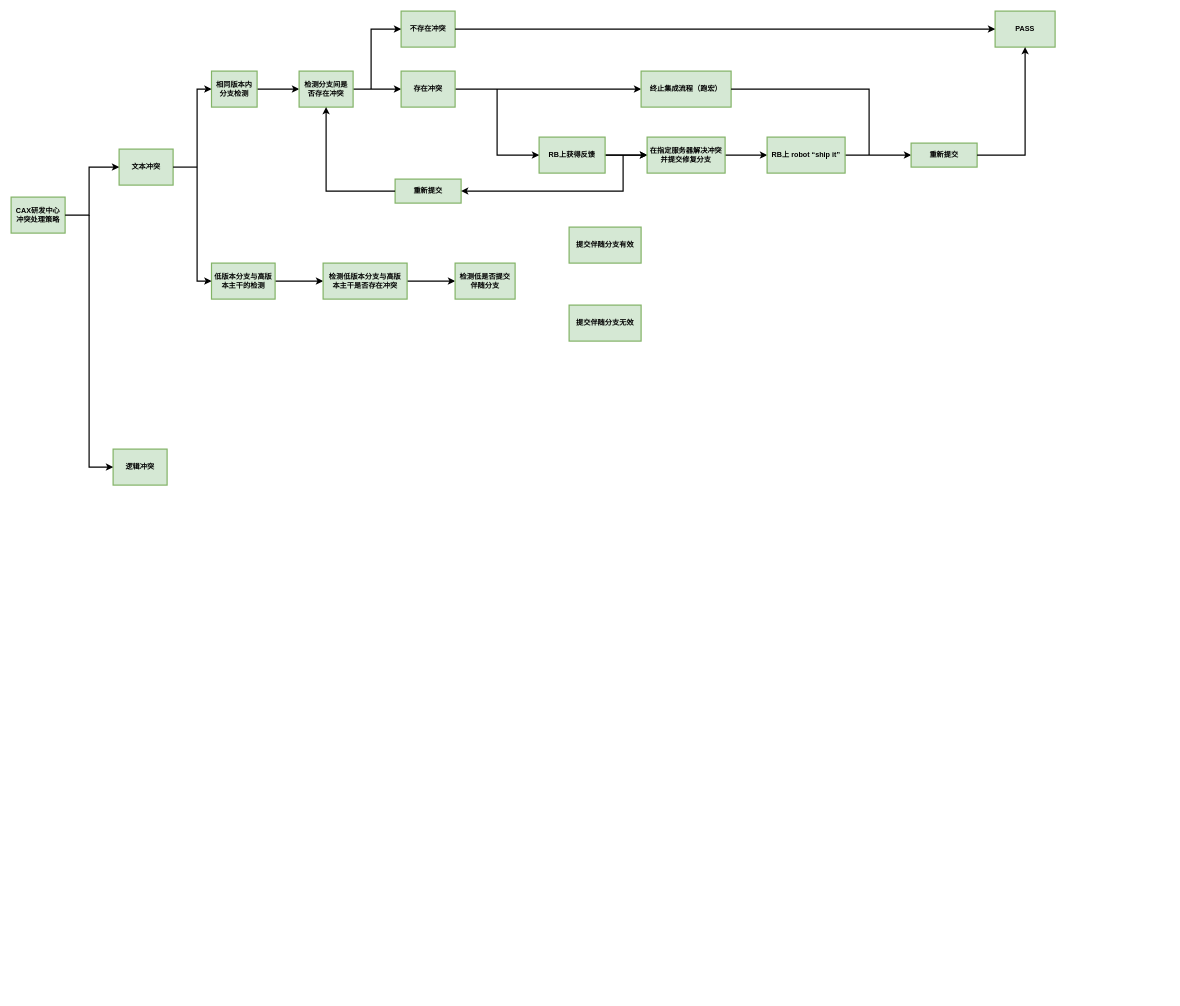
This is MCD_deploy.drawio from YingSi163/Effy, a draw.io file, before an edit. Source tidied: cells renumbered, new cells numbered last; positions are measured from the earlier drawing's top-left corner, leaving out a move shared by most shapes. Both pictures are drawn from the tidied source at 60%, with x=0, y=0 at pixel (11, 11).
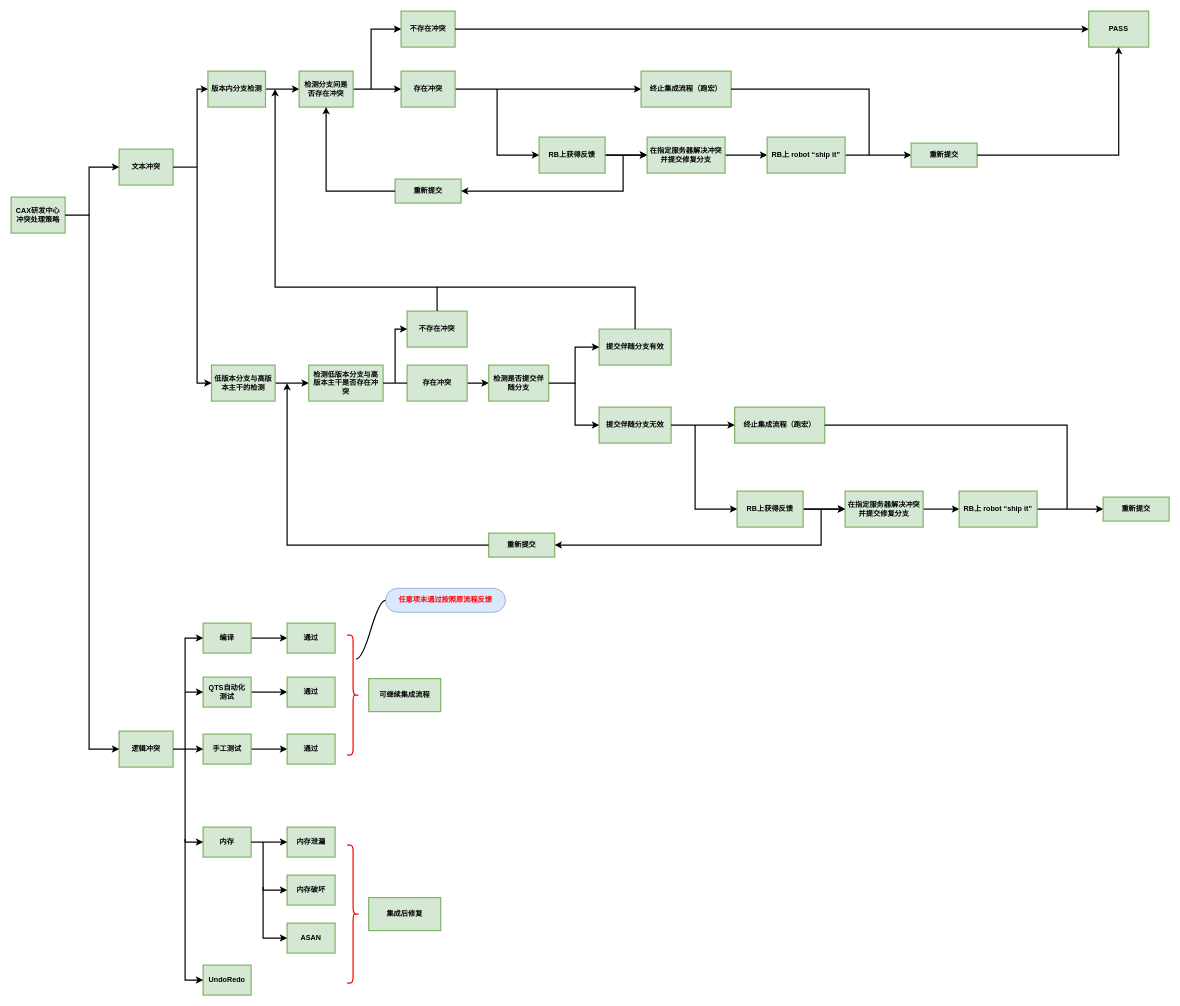
The same page after the edit.

Unchanged cells that the change refers to:
```xml
<mxCell id="26" value="重新提交" style="rounded=0;whiteSpace=wrap;html=1;fillColor=#d5e8d4;strokeColor=#82B366;strokeWidth=2;sketch=0;glass=0;shadow=0;spacing=6;fontStyle=1;" parent="1" vertex="1">
  <mxGeometry x="1500" y="220" width="110" height="40" as="geometry" />
</mxCell>
```

Diff of the diagram source:
```diff
@@
     <mxCell id="4" value="逻辑冲突" style="rounded=0;whiteSpace=wrap;html=1;fillColor=#d5e8d4;strokeColor=#82B366;strokeWidth=2;sketch=0;glass=0;shadow=0;spacing=6;fontStyle=1;" parent="1" vertex="1">
-      <mxGeometry x="170" y="730" width="90" height="60" as="geometry" />
+      <mxGeometry x="180" y="1200" width="90" height="60" as="geometry" />
     </mxCell>
@@
     <mxCell id="6" style="endArrow=classic;html=1;rounded=0;entryX=0;entryY=0.5;entryDx=0;entryDy=0;strokeWidth=2;" parent="1" edge="1" target="4">
       <mxGeometry relative="1" as="geometry">
         <mxPoint x="130" y="340" as="sourcePoint" />
         <Array as="points">
           <mxPoint x="130" y="540" />
           <mxPoint x="130" y="760" />
+          <mxPoint x="130" y="1100" />
+          <mxPoint x="130" y="1230" />
         </Array>
       </mxGeometry>
     </mxCell>
@@
-    <mxCell id="8" value="相同版本内分支检测" style="rounded=0;whiteSpace=wrap;html=1;fillColor=#d5e8d4;strokeColor=#82B366;strokeWidth=2;sketch=0;glass=0;shadow=0;spacing=6;fontStyle=1;" parent="1" vertex="1">
-      <mxGeometry x="334" y="100" width="76" height="60" as="geometry" />
+    <mxCell id="8" value="版本内分支检测" style="rounded=0;whiteSpace=wrap;html=1;fillColor=#d5e8d4;strokeColor=#82B366;strokeWidth=2;sketch=0;glass=0;shadow=0;spacing=6;fontStyle=1;" parent="1" vertex="1">
+      <mxGeometry x="328" y="100" width="96" height="60" as="geometry" />
     </mxCell>
@@
     <mxCell id="10" value="低版本分支与高版本主干的检测" style="rounded=0;whiteSpace=wrap;html=1;fillColor=#d5e8d4;strokeColor=#82B366;strokeWidth=2;sketch=0;glass=0;shadow=0;spacing=6;fontStyle=1;" parent="1" vertex="1">
-      <mxGeometry x="334" y="420" width="106" height="60" as="geometry" />
+      <mxGeometry x="334" y="590" width="106" height="60" as="geometry" />
     </mxCell>
@@
     <mxCell id="29" value="PASS" style="rounded=0;whiteSpace=wrap;html=1;fillColor=#d5e8d4;strokeColor=#82B366;strokeWidth=2;sketch=0;glass=0;shadow=0;spacing=6;fontStyle=1;" parent="1" vertex="1">
-      <mxGeometry x="1640" width="100" height="60" as="geometry" />
+      <mxGeometry x="1796" width="100" height="60" as="geometry" />
     </mxCell>
@@
     <mxCell id="34" style="endArrow=classic;html=1;rounded=0;strokeWidth=2;exitX=1;exitY=0.5;exitDx=0;exitDy=0;entryX=0.5;entryY=1;entryDx=0;entryDy=0;" parent="1" edge="1" source="26" target="29">
       <mxGeometry relative="1" as="geometry">
         <Array as="points">
-          <mxPoint x="1690" y="240" />
+          <mxPoint x="1846" y="240" />
         </Array>
       </mxGeometry>
     </mxCell>
@@
     <mxCell id="36" style="endArrow=classic;html=1;rounded=0;strokeWidth=2;entryX=0;entryY=0.5;entryDx=0;entryDy=0;" parent="1" edge="1" target="10">
       <mxGeometry relative="1" as="geometry">
         <mxPoint x="310" y="260" as="sourcePoint" />
         <Array as="points">
           <mxPoint x="310" y="450" />
+          <mxPoint x="310" y="620" />
         </Array>
       </mxGeometry>
     </mxCell>
-    <mxCell id="37" style="edgeStyle=orthogonalEdgeStyle;rounded=0;jettySize=auto;html=1;strokeWidth=2;" parent="1" edge="1" source="38" target="39">
+    <mxCell id="37" style="edgeStyle=orthogonalEdgeStyle;rounded=0;jettySize=auto;html=1;strokeWidth=2;startArrow=none;" parent="1" edge="1" source="89" target="39">
       <mxGeometry relative="1" as="geometry" />
     </mxCell>
     <mxCell id="38" value="检测低版本分支与高版本主干是否存在冲突" style="rounded=0;whiteSpace=wrap;html=1;fillColor=#d5e8d4;strokeColor=#82B366;strokeWidth=2;sketch=0;glass=0;shadow=0;spacing=7;fontStyle=1;" parent="1" vertex="1">
-      <mxGeometry x="520" y="420" width="140" height="60" as="geometry" />
+      <mxGeometry x="496" y="590" width="124" height="60" as="geometry" />
     </mxCell>
-    <mxCell id="39" value="检测低是否提交伴随分支" style="rounded=0;whiteSpace=wrap;html=1;fillColor=#d5e8d4;strokeColor=#82B366;strokeWidth=2;sketch=0;glass=0;shadow=0;spacing=7;fontStyle=1;" parent="1" vertex="1">
-      <mxGeometry x="740" y="420" width="100" height="60" as="geometry" />
+    <mxCell id="39" value="检测是否提交伴随分支" style="rounded=0;whiteSpace=wrap;html=1;fillColor=#d5e8d4;strokeColor=#82B366;strokeWidth=2;sketch=0;glass=0;shadow=0;spacing=7;fontStyle=1;" parent="1" vertex="1">
+      <mxGeometry x="796" y="590" width="100" height="60" as="geometry" />
     </mxCell>
     <mxCell id="40" value="提交伴随分支有效" style="rounded=0;whiteSpace=wrap;html=1;fillColor=#d5e8d4;strokeColor=#82B366;strokeWidth=2;sketch=0;glass=0;shadow=0;spacing=7;fontStyle=1;" parent="1" vertex="1">
-      <mxGeometry x="930" y="360" width="120" height="60" as="geometry" />
+      <mxGeometry x="980" y="530" width="120" height="60" as="geometry" />
     </mxCell>
     <mxCell id="41" value="提交伴随分支无效" style="rounded=0;whiteSpace=wrap;html=1;fillColor=#d5e8d4;strokeColor=#82B366;strokeWidth=2;sketch=0;glass=0;shadow=0;spacing=7;fontStyle=1;" parent="1" vertex="1">
-      <mxGeometry x="930" y="490" width="120" height="60" as="geometry" />
+      <mxGeometry x="980" y="660" width="120" height="60" as="geometry" />
     </mxCell>
+    <mxCell id="42" style="endArrow=classic;html=1;rounded=0;strokeWidth=2;exitX=1;exitY=0.5;exitDx=0;exitDy=0;entryX=0;entryY=0.5;entryDx=0;entryDy=0;" parent="1" edge="1" source="39" target="40">
+      <mxGeometry relative="1" as="geometry">
+        <Array as="points">
+          <mxPoint x="940" y="620" />
+          <mxPoint x="940" y="560" />
+        </Array>
+      </mxGeometry>
+    </mxCell>
+    <mxCell id="43" style="endArrow=classic;html=1;rounded=0;strokeWidth=2;entryX=0;entryY=0.5;entryDx=0;entryDy=0;" parent="1" edge="1" target="41">
+      <mxGeometry relative="1" as="geometry">
+        <mxPoint x="940" y="620" as="sourcePoint" />
+        <Array as="points">
+          <mxPoint x="940" y="690" />
+        </Array>
+      </mxGeometry>
+    </mxCell>
+    <mxCell id="44" style="endArrow=classic;html=1;rounded=0;strokeWidth=2;exitX=0.5;exitY=0;exitDx=0;exitDy=0;" parent="1" edge="1" source="40">
+      <mxGeometry relative="1" as="geometry">
+        <mxPoint x="440" y="130" as="targetPoint" />
+        <Array as="points">
+          <mxPoint x="1040" y="460" />
+          <mxPoint x="440" y="460" />
+          <mxPoint x="440" y="340" />
+        </Array>
+      </mxGeometry>
+    </mxCell>
+    <mxCell id="45" value="终止集成流程（跑宏）" style="rounded=0;whiteSpace=wrap;html=1;fillColor=#d5e8d4;strokeColor=#82B366;strokeWidth=2;sketch=0;glass=0;shadow=0;spacing=6;fontStyle=1;" parent="1" vertex="1">
+      <mxGeometry x="1206" y="660" width="150" height="60" as="geometry" />
+    </mxCell>
+    <mxCell id="46" style="edgeStyle=orthogonalEdgeStyle;rounded=0;jettySize=auto;html=1;strokeWidth=2;" parent="1" edge="1" source="48" target="50">
+      <mxGeometry relative="1" as="geometry" />
+    </mxCell>
+    <mxCell id="47" style="edgeStyle=orthogonalEdgeStyle;rounded=0;jettySize=auto;html=1;strokeWidth=2;" parent="1" edge="1" source="48" target="50">
+      <mxGeometry relative="1" as="geometry" />
+    </mxCell>
+    <mxCell id="48" value="RB上获得反馈" style="rounded=0;whiteSpace=wrap;html=1;fillColor=#d5e8d4;strokeColor=#82B366;strokeWidth=2;sketch=0;glass=0;shadow=0;spacing=6;fontStyle=1;" parent="1" vertex="1">
+      <mxGeometry x="1210" y="800" width="110" height="60" as="geometry" />
+    </mxCell>
+    <mxCell id="49" style="edgeStyle=orthogonalEdgeStyle;rounded=0;jettySize=auto;html=1;strokeWidth=2;" parent="1" edge="1" source="50" target="52">
+      <mxGeometry relative="1" as="geometry" />
+    </mxCell>
+    <mxCell id="50" value="在指定服务器解决冲突并提交修复分支" style="rounded=0;whiteSpace=wrap;html=1;fillColor=#d5e8d4;strokeColor=#82B366;strokeWidth=2;sketch=0;glass=0;shadow=0;spacing=6;fontStyle=1;" parent="1" vertex="1">
+      <mxGeometry x="1390" y="800" width="130" height="60" as="geometry" />
+    </mxCell>
+    <mxCell id="51" style="edgeStyle=orthogonalEdgeStyle;rounded=0;jettySize=auto;html=1;strokeWidth=2;" parent="1" edge="1" source="52" target="53">
+      <mxGeometry relative="1" as="geometry" />
+    </mxCell>
+    <mxCell id="52" value="RB上 robot “ship it”" style="rounded=0;whiteSpace=wrap;html=1;fillColor=#d5e8d4;strokeColor=#82B366;strokeWidth=2;sketch=0;glass=0;shadow=0;spacing=6;fontStyle=1;" parent="1" vertex="1">
+      <mxGeometry x="1580" y="800" width="130" height="60" as="geometry" />
+    </mxCell>
+    <mxCell id="53" value="重新提交" style="rounded=0;whiteSpace=wrap;html=1;fillColor=#d5e8d4;strokeColor=#82B366;strokeWidth=2;sketch=0;glass=0;shadow=0;spacing=6;fontStyle=1;" parent="1" vertex="1">
+      <mxGeometry x="1820" y="810" width="110" height="40" as="geometry" />
+    </mxCell>
+    <mxCell id="54" style="endArrow=classic;html=1;rounded=0;strokeWidth=2;entryX=0;entryY=0.5;entryDx=0;entryDy=0;" parent="1" edge="1" target="48">
+      <mxGeometry relative="1" as="geometry">
+        <mxPoint x="1140" y="690" as="sourcePoint" />
+        <Array as="points">
+          <mxPoint x="1140" y="830" />
+        </Array>
+      </mxGeometry>
+    </mxCell>
+    <mxCell id="55" style="endArrow=none;html=1;rounded=0;strokeWidth=2;exitX=1;exitY=0.5;exitDx=0;exitDy=0;" parent="1" edge="1" source="45">
+      <mxGeometry relative="1" as="geometry">
+        <mxPoint x="1760" y="830" as="targetPoint" />
+        <Array as="points">
+          <mxPoint x="1760" y="690" />
+        </Array>
+      </mxGeometry>
+    </mxCell>
+    <mxCell id="56" value="重新提交" style="rounded=0;whiteSpace=wrap;html=1;fillColor=#d5e8d4;strokeColor=#82B366;strokeWidth=2;sketch=0;glass=0;shadow=0;spacing=6;fontStyle=1;" parent="1" vertex="1">
+      <mxGeometry x="796" y="870" width="110" height="40" as="geometry" />
+    </mxCell>
+    <mxCell id="57" style="endArrow=classic;html=1;rounded=0;strokeWidth=2;entryX=1;entryY=0.5;entryDx=0;entryDy=0;" parent="1" edge="1" target="56">
+      <mxGeometry relative="1" as="geometry">
+        <mxPoint x="1350" y="830" as="sourcePoint" />
+        <Array as="points">
+          <mxPoint x="1350" y="890" />
+        </Array>
+      </mxGeometry>
+    </mxCell>
+    <mxCell id="58" style="endArrow=classic;html=1;rounded=0;strokeWidth=2;exitX=1;exitY=0.5;exitDx=0;exitDy=0;entryX=0;entryY=0.5;entryDx=0;entryDy=0;" parent="1" edge="1" source="41" target="45">
+      <mxGeometry relative="1" as="geometry" />
+    </mxCell>
+    <mxCell id="59" style="endArrow=classic;html=1;rounded=0;strokeWidth=2;exitX=0;exitY=0.5;exitDx=0;exitDy=0;" parent="1" edge="1" source="56">
+      <mxGeometry relative="1" as="geometry">
+        <mxPoint x="460" y="620" as="targetPoint" />
+        <Array as="points">
+          <mxPoint x="460" y="890" />
+        </Array>
+      </mxGeometry>
+    </mxCell>
+    <mxCell id="60" style="edgeStyle=orthogonalEdgeStyle;rounded=0;jettySize=auto;html=1;strokeWidth=2;" parent="1" edge="1" source="61" target="66">
+      <mxGeometry relative="1" as="geometry" />
+    </mxCell>
+    <mxCell id="61" value="编译" style="rounded=0;whiteSpace=wrap;html=1;fillColor=#d5e8d4;strokeColor=#82B366;strokeWidth=2;sketch=0;glass=0;shadow=0;spacing=6;fontStyle=1;" parent="1" vertex="1">
+      <mxGeometry x="320" y="1020" width="80" height="50" as="geometry" />
+    </mxCell>
+    <mxCell id="62" style="edgeStyle=orthogonalEdgeStyle;rounded=0;jettySize=auto;html=1;strokeWidth=2;" parent="1" edge="1" source="63" target="67">
+      <mxGeometry relative="1" as="geometry" />
+    </mxCell>
+    <mxCell id="63" value="QTS自动化测试" style="rounded=0;whiteSpace=wrap;html=1;fillColor=#d5e8d4;strokeColor=#82B366;strokeWidth=2;sketch=0;glass=0;shadow=0;spacing=6;fontStyle=1;" parent="1" vertex="1">
+      <mxGeometry x="320" y="1110" width="80" height="50" as="geometry" />
+    </mxCell>
+    <mxCell id="64" style="edgeStyle=orthogonalEdgeStyle;rounded=0;jettySize=auto;html=1;strokeWidth=2;" parent="1" edge="1" source="65" target="68">
+      <mxGeometry relative="1" as="geometry" />
+    </mxCell>
+    <mxCell id="65" value="手工测试" style="rounded=0;whiteSpace=wrap;html=1;fillColor=#d5e8d4;strokeColor=#82B366;strokeWidth=2;sketch=0;glass=0;shadow=0;spacing=6;fontStyle=1;" parent="1" vertex="1">
+      <mxGeometry x="320" y="1205" width="80" height="50" as="geometry" />
+    </mxCell>
+    <mxCell id="66" value="通过" style="rounded=0;whiteSpace=wrap;html=1;fillColor=#d5e8d4;strokeColor=#82B366;strokeWidth=2;sketch=0;glass=0;shadow=0;spacing=6;fontStyle=1;" parent="1" vertex="1">
+      <mxGeometry x="460" y="1020" width="80" height="50" as="geometry" />
+    </mxCell>
+    <mxCell id="67" value="通过" style="rounded=0;whiteSpace=wrap;html=1;fillColor=#d5e8d4;strokeColor=#82B366;strokeWidth=2;sketch=0;glass=0;shadow=0;spacing=6;fontStyle=1;" parent="1" vertex="1">
+      <mxGeometry x="460" y="1110" width="80" height="50" as="geometry" />
+    </mxCell>
+    <mxCell id="68" value="通过" style="rounded=0;whiteSpace=wrap;html=1;fillColor=#d5e8d4;strokeColor=#82B366;strokeWidth=2;sketch=0;glass=0;shadow=0;spacing=6;fontStyle=1;" parent="1" vertex="1">
+      <mxGeometry x="460" y="1205" width="80" height="50" as="geometry" />
+    </mxCell>
+    <mxCell id="69" value="内存" style="rounded=0;whiteSpace=wrap;html=1;fillColor=#d5e8d4;strokeColor=#82B366;strokeWidth=2;sketch=0;glass=0;shadow=0;spacing=6;fontStyle=1;" parent="1" vertex="1">
+      <mxGeometry x="320" y="1360" width="80" height="50" as="geometry" />
+    </mxCell>
+    <mxCell id="70" value="UndoRedo" style="rounded=0;whiteSpace=wrap;html=1;fillColor=#d5e8d4;strokeColor=#82B366;strokeWidth=2;sketch=0;glass=0;shadow=0;spacing=6;fontStyle=1;" parent="1" vertex="1">
+      <mxGeometry x="320" y="1590" width="80" height="50" as="geometry" />
+    </mxCell>
+    <mxCell id="71" value="内存泄漏" style="rounded=0;whiteSpace=wrap;html=1;fillColor=#d5e8d4;strokeColor=#82B366;strokeWidth=2;sketch=0;glass=0;shadow=0;spacing=6;fontStyle=1;" parent="1" vertex="1">
+      <mxGeometry x="460" y="1360" width="80" height="50" as="geometry" />
+    </mxCell>
+    <mxCell id="72" value="内存破坏" style="rounded=0;whiteSpace=wrap;html=1;fillColor=#d5e8d4;strokeColor=#82B366;strokeWidth=2;sketch=0;glass=0;shadow=0;spacing=6;fontStyle=1;" parent="1" vertex="1">
+      <mxGeometry x="460" y="1440" width="80" height="50" as="geometry" />
+    </mxCell>
+    <mxCell id="73" value="ASAN" style="rounded=0;whiteSpace=wrap;html=1;fillColor=#d5e8d4;strokeColor=#82B366;strokeWidth=2;sketch=0;glass=0;shadow=0;spacing=6;fontStyle=1;" parent="1" vertex="1">
+      <mxGeometry x="460" y="1520" width="80" height="50" as="geometry" />
+    </mxCell>
+    <mxCell id="74" style="endArrow=classic;html=1;rounded=0;strokeWidth=2;entryX=0;entryY=0.5;entryDx=0;entryDy=0;" parent="1" edge="1" target="72">
+      <mxGeometry relative="1" as="geometry">
+        <mxPoint x="420" y="1385" as="sourcePoint" />
+        <Array as="points">
+          <mxPoint x="420" y="1465" />
+        </Array>
+      </mxGeometry>
+    </mxCell>
+    <mxCell id="75" style="endArrow=classic;html=1;rounded=0;strokeWidth=2;entryX=0;entryY=0.5;entryDx=0;entryDy=0;" parent="1" edge="1" target="73">
+      <mxGeometry relative="1" as="geometry">
+        <mxPoint x="420" y="1460" as="sourcePoint" />
+        <Array as="points">
+          <mxPoint x="420" y="1545" />
+        </Array>
+      </mxGeometry>
+    </mxCell>
+    <mxCell id="76" style="endArrow=classic;html=1;rounded=0;strokeWidth=2;entryX=0;entryY=0.5;entryDx=0;entryDy=0;" parent="1" edge="1" target="71">
+      <mxGeometry relative="1" as="geometry">
+        <mxPoint x="400" y="1385" as="sourcePoint" />
+      </mxGeometry>
+    </mxCell>
+    <mxCell id="77" style="endArrow=classic;html=1;rounded=0;strokeWidth=2;exitX=1;exitY=0.5;exitDx=0;exitDy=0;entryX=0;entryY=0.5;entryDx=0;entryDy=0;" parent="1" edge="1" source="4" target="61">
+      <mxGeometry relative="1" as="geometry">
+        <Array as="points">
+          <mxPoint x="290" y="1230" />
+          <mxPoint x="290" y="1045" />
+        </Array>
+      </mxGeometry>
+    </mxCell>
+    <mxCell id="78" style="endArrow=classic;html=1;rounded=0;strokeWidth=2;entryX=0;entryY=0.5;entryDx=0;entryDy=0;" parent="1" edge="1" target="65">
+      <mxGeometry relative="1" as="geometry">
+        <mxPoint x="290" y="1230" as="sourcePoint" />
+      </mxGeometry>
+    </mxCell>
+    <mxCell id="79" style="endArrow=classic;html=1;rounded=0;strokeWidth=2;entryX=0;entryY=0.5;entryDx=0;entryDy=0;" parent="1" edge="1" target="63">
+      <mxGeometry relative="1" as="geometry">
+        <mxPoint x="290" y="1135" as="sourcePoint" />
+      </mxGeometry>
+    </mxCell>
+    <mxCell id="80" style="endArrow=classic;html=1;rounded=0;strokeWidth=2;entryX=0;entryY=0.5;entryDx=0;entryDy=0;" parent="1" edge="1" target="69">
+      <mxGeometry relative="1" as="geometry">
+        <mxPoint x="290" y="1230" as="sourcePoint" />
+        <Array as="points">
+          <mxPoint x="290" y="1385" />
+        </Array>
+      </mxGeometry>
+    </mxCell>
+    <mxCell id="81" style="endArrow=classic;html=1;rounded=0;strokeWidth=2;entryX=0;entryY=0.5;entryDx=0;entryDy=0;" parent="1" edge="1" target="70">
+      <mxGeometry relative="1" as="geometry">
+        <mxPoint x="290" y="1380" as="sourcePoint" />
+        <Array as="points">
+          <mxPoint x="290" y="1615" />
+        </Array>
+      </mxGeometry>
+    </mxCell>
+    <mxCell id="82" style="shape=curlyBracket;whiteSpace=wrap;html=1;rounded=1;flipH=1;shadow=0;glass=0;sketch=0;strokeColor=#FF0000;strokeWidth=2;fillColor=#FF0000;fontColor=#ffffff;size=0.5;" parent="1" vertex="1">
+      <mxGeometry x="560" y="1040" width="20" height="200" as="geometry" />
+    </mxCell>
+    <mxCell id="83" value="可继续集成流程" style="rounded=0;whiteSpace=wrap;html=1;fillColor=#d5e8d4;strokeColor=#82B366;strokeWidth=2;sketch=0;glass=0;shadow=0;spacing=6;fontStyle=1;" parent="1" vertex="1">
+      <mxGeometry x="596" y="1112.5" width="120" height="55" as="geometry" />
+    </mxCell>
+    <mxCell id="84" value="&lt;b&gt;&lt;font color=&quot;#ff0000&quot;&gt;任意项未通过按照原流程反馈&lt;/font&gt;&lt;/b&gt;" style="whiteSpace=wrap;html=1;rounded=1;arcSize=50;align=center;verticalAlign=middle;strokeWidth=1;spacing=8;newEdgeStyle={&quot;edgeStyle&quot;:&quot;entityRelationEdgeStyle&quot;,&quot;startArrow&quot;:&quot;none&quot;,&quot;endArrow&quot;:&quot;none&quot;,&quot;segment&quot;:10,&quot;curved&quot;:1};shadow=0;glass=0;sketch=0;fillColor=#dae8fc;strokeColor=#6c8ebf;" parent="1" vertex="1">
+      <mxGeometry x="624" y="962" width="200" height="40" as="geometry" />
+    </mxCell>
+    <mxCell id="85" style="edgeStyle=entityRelationEdgeStyle;startArrow=none;endArrow=none;segment=10;curved=1;rounded=0;strokeWidth=2;exitX=0.25;exitY=0.2;exitDx=0;exitDy=0;exitPerimeter=0;" parent="1" edge="1" source="82" target="84">
+      <mxGeometry relative="1" as="geometry" />
+    </mxCell>
+    <mxCell id="86" style="shape=curlyBracket;whiteSpace=wrap;html=1;rounded=1;flipH=1;shadow=0;glass=0;sketch=0;strokeColor=#FF0000;strokeWidth=2;fillColor=#FF0000;fontColor=#ffffff;size=0.5;" parent="1" vertex="1">
+      <mxGeometry x="560" y="1390" width="20" height="230" as="geometry" />
+    </mxCell>
+    <mxCell id="87" value="集成后修复" style="rounded=0;whiteSpace=wrap;html=1;fillColor=#d5e8d4;strokeColor=#82B366;strokeWidth=2;sketch=0;glass=0;shadow=0;spacing=6;fontStyle=1;" parent="1" vertex="1">
+      <mxGeometry x="596" y="1477.5" width="120" height="55" as="geometry" />
+    </mxCell>
+    <mxCell id="88" value="不存在冲突" style="rounded=0;whiteSpace=wrap;html=1;fillColor=#d5e8d4;strokeColor=#82B366;strokeWidth=2;sketch=0;glass=0;shadow=0;spacing=7;fontStyle=1;" parent="1" vertex="1">
+      <mxGeometry x="660" y="500" width="100" height="60" as="geometry" />
+    </mxCell>
+    <mxCell id="89" value="存在冲突" style="rounded=0;whiteSpace=wrap;html=1;fillColor=#d5e8d4;strokeColor=#82B366;strokeWidth=2;sketch=0;glass=0;shadow=0;spacing=7;fontStyle=1;" parent="1" vertex="1">
+      <mxGeometry x="660" y="590" width="100" height="60" as="geometry" />
+    </mxCell>
+    <mxCell id="90" style="edgeStyle=orthogonalEdgeStyle;rounded=0;jettySize=auto;html=1;strokeWidth=2;endArrow=none;" parent="1" edge="1" source="38" target="89">
+      <mxGeometry relative="1" as="geometry" />
+    </mxCell>
+    <mxCell id="91" style="endArrow=classic;html=1;rounded=0;fontColor=#FF0000;strokeWidth=2;entryX=0;entryY=0.5;entryDx=0;entryDy=0;" parent="1" edge="1" target="88">
+      <mxGeometry relative="1" as="geometry">
+        <mxPoint x="640" y="620" as="sourcePoint" />
+        <Array as="points">
+          <mxPoint x="640" y="530" />
+        </Array>
+      </mxGeometry>
+    </mxCell>
+    <mxCell id="92" style="endArrow=none;html=1;rounded=0;fontColor=#FF0000;strokeWidth=2;exitX=0.5;exitY=0;exitDx=0;exitDy=0;" parent="1" edge="1" source="88">
+      <mxGeometry relative="1" as="geometry">
+        <mxPoint x="710" y="460" as="targetPoint" />
+      </mxGeometry>
+    </mxCell>
```
